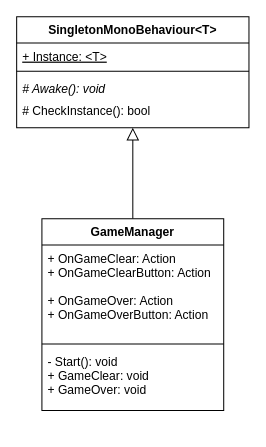
Before: Documents/ClassDiagram.drawio in ItoSeiy/CyberAgent-1DayHackathon-MiniProto, a draw.io diagram. Source tidied: cells renumbered, new cells numbered last; positions are measured from the earlier drawing's top-left corner, leaving out a move shared by most shapes. Both pictures are drawn from the tidied source at 101%, with x=0, y=0 at pixel (16, 16).
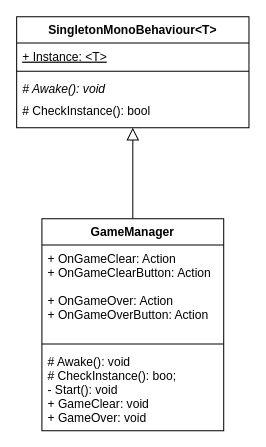
After the change.

Commit message:
ゲームマネージャー修正

Change to the diagram source:
```diff
@@
 <mxGraphModel>
   <root>
     <mxCell id="0" />
     <mxCell id="1" parent="0" />
     <mxCell id="2" style="edgeStyle=none;rounded=0;jettySize=auto;html=1;strokeWidth=1;startArrow=none;startFill=0;endArrow=block;endFill=0;endSize=10;" parent="1" edge="1" source="3" target="7">
       <mxGeometry relative="1" as="geometry" />
     </mxCell>
     <mxCell id="3" value="GameManager" style="swimlane;fontStyle=1;align=center;verticalAlign=top;horizontal=1;startSize=26;" parent="1" vertex="1">
-      <mxGeometry x="25" y="200" width="180" height="190" as="geometry" />
+      <mxGeometry x="25" y="200" width="180" height="210" as="geometry" />
     </mxCell>
     <mxCell id="4" value="+ OnGameClear: Action&#10;+ OnGameClearButton: Action&#10;&#10;+ OnGameOver: Action&#10;+ OnGameOverButton: Action" style="text;strokeColor=none;fillColor=none;align=left;verticalAlign=top;spacingLeft=4;spacingRight=4;overflow=hidden;" parent="3" vertex="1">
       <mxGeometry y="26" width="180" height="94" as="geometry" />
     </mxCell>
     <mxCell id="5" style="line;strokeWidth=1;fillColor=none;align=left;verticalAlign=middle;spacingTop=-1;spacingLeft=3;spacingRight=3;labelPosition=right;strokeColor=inherit;" parent="3" vertex="1">
       <mxGeometry y="120" width="180" height="8" as="geometry" />
     </mxCell>
-    <mxCell id="6" value="- Start(): void&#10;+ GameClear: void&#10;+ GameOver: void&#10;" style="text;strokeColor=none;fillColor=none;align=left;verticalAlign=top;spacingLeft=4;spacingRight=4;overflow=hidden;" parent="3" vertex="1">
-      <mxGeometry y="128" width="180" height="62" as="geometry" />
+    <mxCell id="6" value="# Awake(): void&#10;# CheckInstance(): boo;&#10;- Start(): void&#10;+ GameClear: void&#10;+ GameOver: void&#10;" style="text;strokeColor=none;fillColor=none;align=left;verticalAlign=top;spacingLeft=4;spacingRight=4;overflow=hidden;" parent="3" vertex="1">
+      <mxGeometry y="128" width="180" height="82" as="geometry" />
     </mxCell>
     <mxCell id="7" value="SingletonMonoBehaviour&lt;T&gt;" style="swimlane;fontStyle=1;align=center;verticalAlign=middle;horizontal=1;startSize=26;" parent="1" vertex="1">
       <mxGeometry width="230" height="110" as="geometry" />
     </mxCell>
     <mxCell id="8" value="+ Instance: &lt;T&gt;" style="text;strokeColor=none;fillColor=none;align=left;verticalAlign=top;spacingLeft=4;spacingRight=4;overflow=hidden;fontStyle=4;" parent="7" vertex="1">
       <mxGeometry y="26" width="230" height="24" as="geometry" />
     </mxCell>
     <mxCell id="9" style="line;strokeWidth=1;fillColor=none;align=left;verticalAlign=middle;spacingTop=-1;spacingLeft=3;spacingRight=3;labelPosition=right;strokeColor=inherit;" parent="7" vertex="1">
       <mxGeometry y="50" width="230" height="8" as="geometry" />
     </mxCell>
     <mxCell id="10" value="# Awake(): void" style="text;strokeColor=none;fillColor=none;align=left;verticalAlign=top;spacingLeft=4;spacingRight=4;overflow=hidden;fontStyle=2;horizontal=1;labelBackgroundColor=none;" parent="7" vertex="1">
       <mxGeometry y="58" width="230" height="22" as="geometry" />
     </mxCell>
     <mxCell id="11" value="# CheckInstance(): bool" style="text;strokeColor=none;fillColor=none;align=left;verticalAlign=top;spacingLeft=4;spacingRight=4;overflow=hidden;fontStyle=0;horizontal=1;labelBackgroundColor=none;" parent="7" vertex="1">
       <mxGeometry y="80" width="230" height="30" as="geometry" />
     </mxCell>
   </root>
 </mxGraphModel>
```
